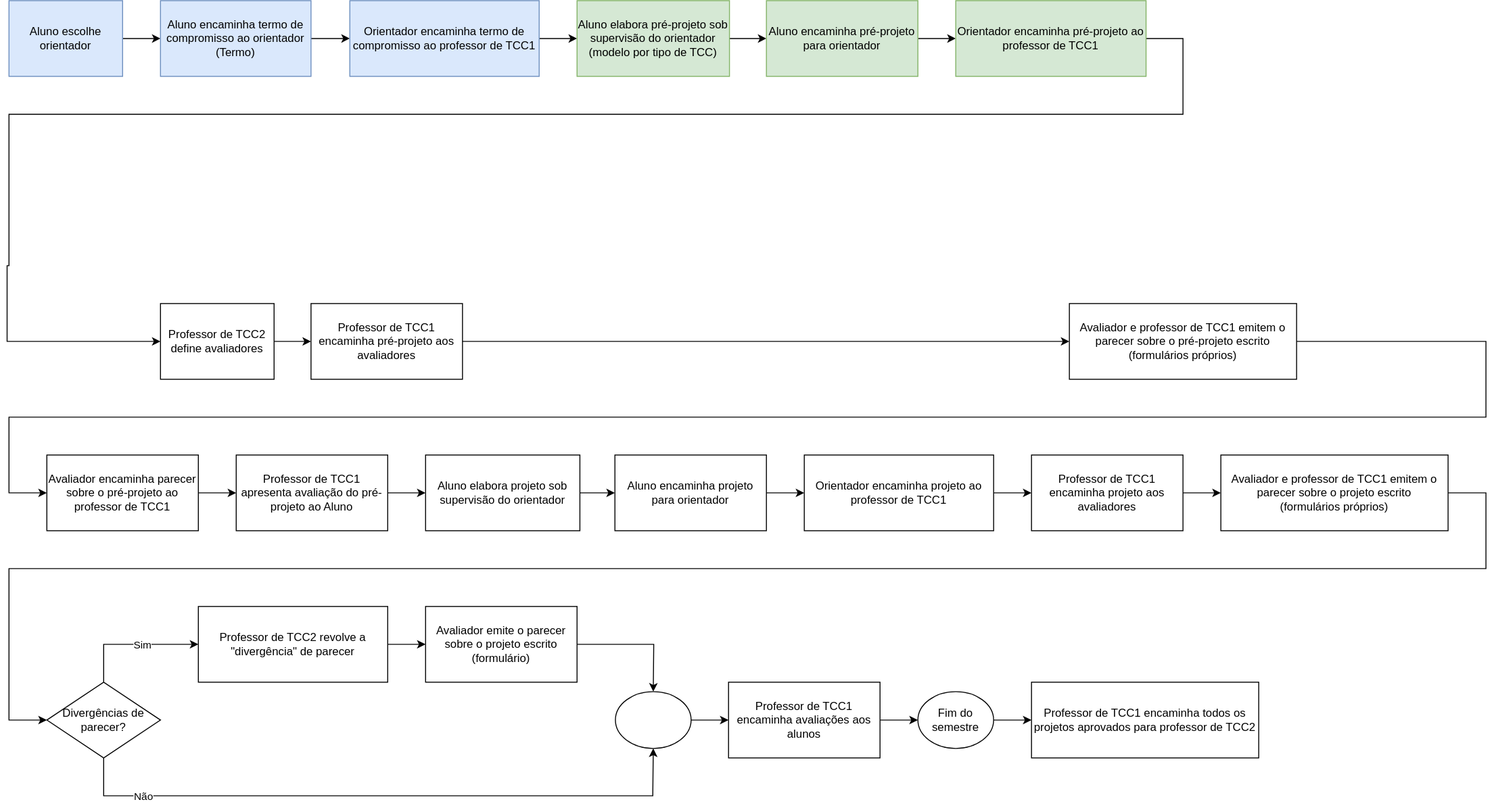
dalton-reis/disciplina_TCC1_Privado keeps this draw.io diagram as _SIS/Cronogramas/cronogramaFluxograma.drawio.svg. Above is the earlier version. Source tidied: cells renumbered, new cells last; positions are measured from the earlier drawing's top-left corner, leaving out a move shared by most shapes.
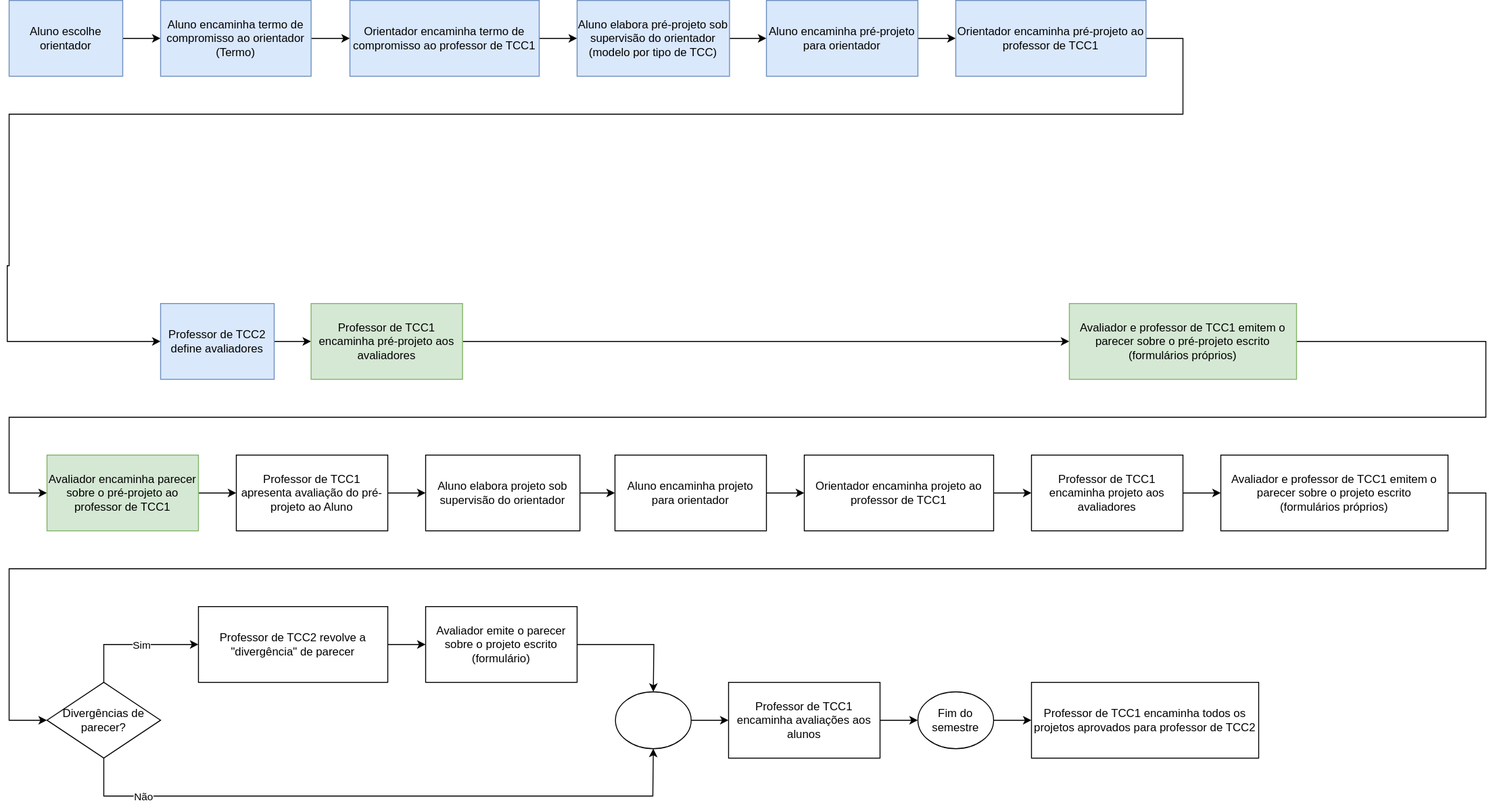
After the commit.

The edit, as a diff of the source:
```diff
@@ -23,13 +23,13 @@
     <mxCell id="8" style="edgeStyle=orthogonalEdgeStyle;rounded=0;jettySize=auto;html=1;strokeColor=#000000;fontColor=#000000;fillColor=#dae8fc;" parent="1" edge="1" source="9" target="11">
       <mxGeometry relative="1" as="geometry" />
     </mxCell>
-    <mxCell id="9" value="Aluno elabora pré-projeto sob supervisão do orientador&lt;br&gt;(modelo por tipo de TCC)" style="whiteSpace=wrap;html=1;fillColor=#d5e8d4;strokeColor=#82b366;" parent="1" vertex="1">
+    <mxCell id="9" value="Aluno elabora pré-projeto sob supervisão do orientador&lt;br&gt;(modelo por tipo de TCC)" style="whiteSpace=wrap;html=1;fillColor=#dae8fc;strokeColor=#6c8ebf;" parent="1" vertex="1">
       <mxGeometry x="602" width="161" height="80" as="geometry" />
     </mxCell>
     <mxCell id="10" style="edgeStyle=orthogonalEdgeStyle;rounded=0;jettySize=auto;html=1;fillColor=#d5e8d4;strokeColor=#000000;fontColor=#000000;" parent="1" edge="1" source="11" target="13">
       <mxGeometry relative="1" as="geometry" />
     </mxCell>
-    <mxCell id="11" value="Aluno encaminha pré-projeto para orientador" style="whiteSpace=wrap;html=1;fillColor=#d5e8d4;strokeColor=#82b366;" parent="1" vertex="1">
+    <mxCell id="11" value="Aluno encaminha pré-projeto para orientador" style="whiteSpace=wrap;html=1;fillColor=#dae8fc;strokeColor=#6c8ebf;" parent="1" vertex="1">
       <mxGeometry x="802" width="160" height="80" as="geometry" />
     </mxCell>
     <mxCell id="12" style="edgeStyle=orthogonalEdgeStyle;rounded=0;jettySize=auto;html=1;fontColor=#000000;entryX=0;entryY=0.5;entryDx=0;entryDy=0;" parent="1" edge="1" source="13" target="15">
@@ -44,13 +44,13 @@
         </Array>
       </mxGeometry>
     </mxCell>
-    <mxCell id="13" value="Orientador encaminha pré-projeto ao professor de TCC1" style="whiteSpace=wrap;html=1;fillColor=#d5e8d4;strokeColor=#82b366;" parent="1" vertex="1">
+    <mxCell id="13" value="Orientador encaminha pré-projeto ao professor de TCC1" style="whiteSpace=wrap;html=1;fillColor=#dae8fc;strokeColor=#6c8ebf;" parent="1" vertex="1">
       <mxGeometry x="1002" width="201" height="80" as="geometry" />
     </mxCell>
     <mxCell id="14" style="edgeStyle=orthogonalEdgeStyle;rounded=0;jettySize=auto;html=1;fillColor=#d5e8d4;strokeColor=default;fontColor=#000000;" parent="1" edge="1" source="15" target="18">
       <mxGeometry relative="1" as="geometry" />
     </mxCell>
-    <mxCell id="15" value="Professor de TCC2 define avaliadores" style="whiteSpace=wrap;html=1;fillColor=none;strokeColor=default;fontColor=#000000;" parent="1" vertex="1">
+    <mxCell id="15" value="Professor de TCC2 define avaliadores" style="whiteSpace=wrap;html=1;fillColor=#dae8fc;strokeColor=#6c8ebf;" parent="1" vertex="1">
       <mxGeometry x="162" y="320" width="120" height="80" as="geometry" />
     </mxCell>
     <mxCell id="16" style="edgeStyle=orthogonalEdgeStyle;rounded=0;jettySize=auto;html=1;fontColor=#000000;exitX=1;exitY=0.5;exitDx=0;exitDy=0;" parent="1" edge="1" source="19" target="21">
@@ -66,16 +66,16 @@
     <mxCell id="17" style="edgeStyle=orthogonalEdgeStyle;rounded=0;jettySize=auto;html=1;fontColor=#000000;" parent="1" edge="1" source="18" target="19">
       <mxGeometry relative="1" as="geometry" />
     </mxCell>
-    <mxCell id="18" value="Professor de TCC1 encaminha pré-projeto aos avaliadores" style="whiteSpace=wrap;html=1;fillColor=none;strokeColor=default;fontColor=#000000;" parent="1" vertex="1">
+    <mxCell id="18" value="Professor de TCC1 encaminha pré-projeto aos avaliadores" style="whiteSpace=wrap;html=1;fillColor=#d5e8d4;strokeColor=#82b366;" parent="1" vertex="1">
       <mxGeometry x="321" y="320" width="160" height="80" as="geometry" />
     </mxCell>
-    <mxCell id="19" value="Avaliador e professor de TCC1 emitem o parecer sobre o pré-projeto escrito&lt;br&gt;(formulários próprios)" style="whiteSpace=wrap;html=1;fillColor=none;strokeColor=default;fontColor=#000000;" parent="1" vertex="1">
+    <mxCell id="19" value="Avaliador e professor de TCC1 emitem o parecer sobre o pré-projeto escrito&lt;br&gt;(formulários próprios)" style="whiteSpace=wrap;html=1;fillColor=#d5e8d4;strokeColor=#82b366;" parent="1" vertex="1">
       <mxGeometry x="1122" y="320" width="240" height="80" as="geometry" />
     </mxCell>
     <mxCell id="20" style="edgeStyle=orthogonalEdgeStyle;rounded=0;jettySize=auto;html=1;fontColor=#000000;" parent="1" edge="1" source="21" target="23">
       <mxGeometry relative="1" as="geometry" />
     </mxCell>
-    <mxCell id="21" value="Avaliador encaminha parecer sobre o pré-projeto ao professor de TCC1" style="whiteSpace=wrap;html=1;fillColor=none;strokeColor=default;fontColor=#000000;" parent="1" vertex="1">
+    <mxCell id="21" value="Avaliador encaminha parecer sobre o pré-projeto ao professor de TCC1" style="whiteSpace=wrap;html=1;fillColor=#d5e8d4;strokeColor=#82b366;" parent="1" vertex="1">
       <mxGeometry x="42" y="480" width="160" height="80" as="geometry" />
     </mxCell>
     <mxCell id="22" style="edgeStyle=orthogonalEdgeStyle;rounded=0;jettySize=auto;html=1;fontColor=#000000;" parent="1" edge="1" source="23" target="25">
```
